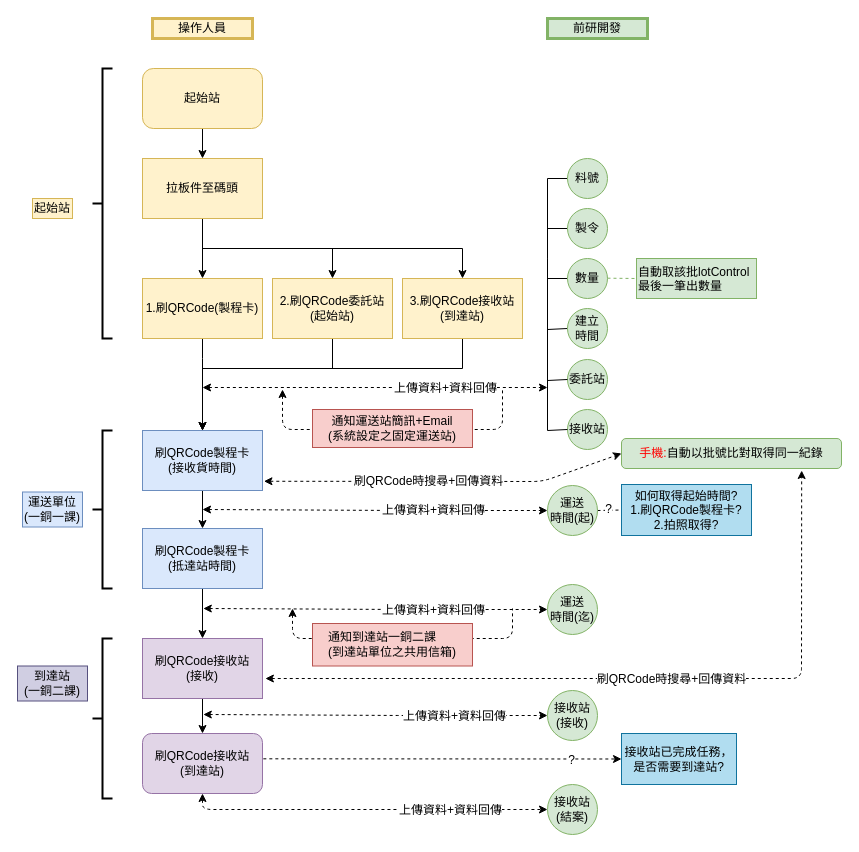
The draw.io diagram Untitled Diagram.drawio in tinalolo/drowio, before the edit. Source tidied: cells renumbered, new cells numbered last; positions are measured from the earlier drawing's top-left corner, leaving out a move shared by most shapes. Both pictures are drawn from the tidied source at 100%, with x=0, y=0 at pixel (17, 18).
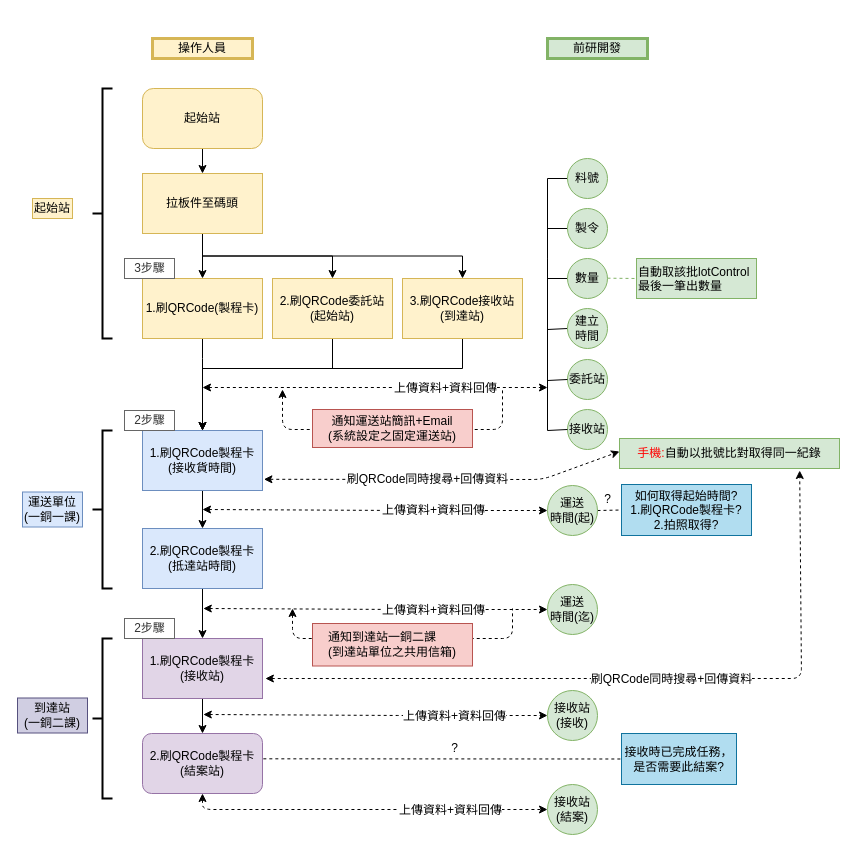
The same diagram, later.

The change refers to these unchanged cells:
```xml
<mxCell id="26" style="endArrow=none;dashed=1;html=1;exitX=1;exitY=0.5;exitDx=0;exitDy=0;entryX=0;entryY=0.5;entryDx=0;entryDy=0;" parent="1" edge="1" source="55" target="58">
  <mxGeometry relative="1" as="geometry" />
</mxCell>
<mxCell id="71" style="endArrow=classic;dashed=1;html=1;exitX=1.024;exitY=0.667;exitDx=0;exitDy=0;entryX=0.819;entryY=1.067;entryDx=0;entryDy=0;entryPerimeter=0;exitPerimeter=0;startArrow=classic;startFill=1;endFill=1;" parent="1" edge="1" source="22" target="43">
  <mxGeometry relative="1" as="geometry">
    <Array as="points">
      <mxPoint x="784" y="660" />
    </Array>
  </mxGeometry>
</mxCell>
```

The edit, as a diff of the source:
```diff
@@
     <mxCell id="3" value="起始站" style="rounded=1;whiteSpace=wrap;html=1;fillColor=#fff2cc;strokeColor=#d6b656;arcSize=18;" parent="1" vertex="1">
-      <mxGeometry x="125" y="50" width="120" height="60" as="geometry" />
+      <mxGeometry x="125" y="70" width="120" height="60" as="geometry" />
     </mxCell>
@@
     <mxCell id="7" value="拉板件至碼頭" style="rounded=0;whiteSpace=wrap;html=1;fillColor=#fff2cc;strokeColor=#d6b656;shadow=0;" parent="1" vertex="1">
-      <mxGeometry x="125" y="140" width="120" height="60" as="geometry" />
+      <mxGeometry x="125" y="155" width="120" height="60" as="geometry" />
     </mxCell>
     <mxCell id="8" value="操作人員" style="text;html=1;strokeColor=#d6b656;fillColor=#fff2cc;align=center;verticalAlign=middle;whiteSpace=wrap;rounded=0;strokeWidth=3;" parent="1" vertex="1">
-      <mxGeometry x="135" width="100" height="20" as="geometry" />
+      <mxGeometry x="135" y="20" width="100" height="20" as="geometry" />
     </mxCell>
     <mxCell id="9" value="前研開發" style="text;html=1;strokeColor=#82b366;fillColor=#d5e8d4;align=center;verticalAlign=middle;whiteSpace=wrap;rounded=0;strokeWidth=3;" parent="1" vertex="1">
-      <mxGeometry x="530" width="100" height="20" as="geometry" />
+      <mxGeometry x="530" y="20" width="100" height="20" as="geometry" />
     </mxCell>
     <mxCell id="10" style="strokeWidth=2;html=1;shape=mxgraph.flowchart.annotation_2;align=left;labelPosition=right;" parent="1" vertex="1">
-      <mxGeometry x="75" y="50" width="20" height="270" as="geometry" />
+      <mxGeometry x="75" y="70" width="20" height="250" as="geometry" />
     </mxCell>
@@
-    <mxCell id="18" value="刷QRCode製程卡&lt;br&gt;(抵達站時間)" style="rounded=0;whiteSpace=wrap;html=1;fillColor=#dae8fc;strokeColor=#6c8ebf;" parent="1" vertex="1">
+    <mxCell id="18" value="2.刷QRCode製程卡&lt;br&gt;(抵達站時間)" style="rounded=0;whiteSpace=wrap;html=1;fillColor=#dae8fc;strokeColor=#6c8ebf;" parent="1" vertex="1">
       <mxGeometry x="125" y="510" width="120" height="60" as="geometry" />
     </mxCell>
@@
-    <mxCell id="22" value="刷QRCode接收站&lt;br&gt;(接收)" style="rounded=0;whiteSpace=wrap;html=1;fillColor=#e1d5e7;strokeColor=#9673a6;" parent="1" vertex="1">
+    <mxCell id="22" value="1.刷QRCode製程卡&lt;br&gt;(接收站)" style="rounded=0;whiteSpace=wrap;html=1;fillColor=#e1d5e7;strokeColor=#9673a6;" parent="1" vertex="1">
       <mxGeometry x="125" y="620" width="120" height="60" as="geometry" />
     </mxCell>
@@
-    <mxCell id="24" value="刷QRCode接收站&lt;br&gt;(到達站)" style="rounded=1;whiteSpace=wrap;html=1;fillColor=#e1d5e7;strokeColor=#9673a6;glass=0;shadow=0;comic=0;arcSize=15;strokeWidth=1;" parent="1" vertex="1">
+    <mxCell id="24" value="2.刷QRCode製程卡&lt;br&gt;(結案站)" style="rounded=1;whiteSpace=wrap;html=1;fillColor=#e1d5e7;strokeColor=#9673a6;glass=0;shadow=0;comic=0;arcSize=15;strokeWidth=1;" parent="1" vertex="1">
       <mxGeometry x="125" y="715" width="120" height="60" as="geometry" />
     </mxCell>
     <mxCell id="25" value="到達站&lt;br&gt;(一銅二課)" style="text;html=1;strokeColor=#56517e;fillColor=#d0cee2;align=center;verticalAlign=middle;whiteSpace=wrap;rounded=0;" parent="1" vertex="1">
-      <mxGeometry y="647.5" width="70" height="35" as="geometry" />
+      <mxGeometry y="679.5" width="70" height="35" as="geometry" />
     </mxCell>
@@
     <mxCell id="27" value="?" style="text;html=1;align=center;verticalAlign=middle;labelBackgroundColor=#ffffff;" parent="26" vertex="1">
       <mxGeometry x="0.37" y="2" relative="1" as="geometry">
-        <mxPoint x="-5.2" y="1" as="offset" />
+        <mxPoint x="-6.5" y="-8.7" as="offset" />
       </mxGeometry>
     </mxCell>
@@
-    <mxCell id="43" value="&lt;font color=&quot;#ff0000&quot;&gt;手機:&lt;/font&gt;&lt;span style=&quot;text-align: left ; white-space: nowrap&quot;&gt;自動以批號比對取得同一紀錄&lt;/span&gt;" style="rounded=1;whiteSpace=wrap;html=1;shadow=0;glass=0;comic=0;fillColor=#d5e8d4;strokeColor=#82b366;" parent="1" vertex="1">
-      <mxGeometry x="604" y="420" width="220" height="30" as="geometry" />
+    <mxCell id="43" value="&lt;font color=&quot;#ff0000&quot;&gt;手機:&lt;/font&gt;&lt;span style=&quot;text-align: left ; white-space: nowrap&quot;&gt;自動以批號比對取得同一紀錄&lt;/span&gt;" style="rounded=0;whiteSpace=wrap;html=1;shadow=0;glass=0;comic=0;fillColor=#d5e8d4;strokeColor=#82b366;" parent="1" vertex="1">
+      <mxGeometry x="602" y="420" width="220" height="30" as="geometry" />
     </mxCell>
@@
-    <mxCell id="48" value="刷QRCode製程卡&lt;br&gt;(接收貨時間)" style="rounded=0;whiteSpace=wrap;html=1;fillColor=#dae8fc;strokeColor=#6c8ebf;" parent="1" vertex="1">
+    <mxCell id="48" value="1.刷QRCode製程卡&lt;br&gt;(接收貨時間)" style="rounded=0;whiteSpace=wrap;html=1;fillColor=#dae8fc;strokeColor=#6c8ebf;" parent="1" vertex="1">
       <mxGeometry x="125" y="412" width="120" height="60" as="geometry" />
     </mxCell>
@@
-    <mxCell id="59" style="endArrow=classic;dashed=1;html=1;entryX=0;entryY=0.5;entryDx=0;entryDy=0;exitX=1.012;exitY=0.846;exitDx=0;exitDy=0;exitPerimeter=0;startArrow=classic;startFill=1;endFill=1;" parent="1" edge="1" source="48" target="43">
+    <mxCell id="59" style="endArrow=classic;dashed=1;html=1;entryX=0;entryY=0.5;entryDx=0;entryDy=0;exitX=1.012;exitY=0.846;exitDx=0;exitDy=0;exitPerimeter=0;startArrow=classic;startFill=1;endFill=1;" parent="1" edge="1">
       <mxGeometry relative="1" as="geometry">
+        <mxPoint x="246.4" y="460.8" as="sourcePoint" />
+        <mxPoint x="602" y="433" as="targetPoint" />
         <Array as="points">
-          <mxPoint x="525" y="463" />
+          <mxPoint x="525" y="461" />
         </Array>
       </mxGeometry>
     </mxCell>
-    <mxCell id="60" value="刷QRCode時搜尋+回傳資料" style="text;html=1;align=center;verticalAlign=middle;labelBackgroundColor=#ffffff;" parent="59" vertex="1">
+    <mxCell id="60" value="刷QRCode同時搜尋+回傳資料" style="text;html=1;align=center;verticalAlign=middle;labelBackgroundColor=#ffffff;" parent="59" vertex="1">
       <mxGeometry x="0.36" y="1" relative="1" as="geometry">
         <mxPoint x="-82" y="1" as="offset" />
       </mxGeometry>
     </mxCell>
@@
-    <mxCell id="66" value="接收站已完成任務，是否需要到達站?" style="rounded=0;whiteSpace=wrap;html=1;fillColor=#b1ddf0;strokeColor=#10739e;" parent="1" vertex="1">
+    <mxCell id="66" value="接收時已完成任務，是否需要此結案?" style="rounded=0;whiteSpace=wrap;html=1;fillColor=#b1ddf0;strokeColor=#10739e;" parent="1" vertex="1">
       <mxGeometry x="604" y="715" width="115" height="51" as="geometry" />
     </mxCell>
@@
-    <mxCell id="69" style="endArrow=classic;dashed=1;html=1;entryX=0;entryY=0.5;entryDx=0;entryDy=0;exitX=1.007;exitY=0.422;exitDx=0;exitDy=0;exitPerimeter=0;endFill=1;" parent="1" edge="1" source="24" target="66">
+    <mxCell id="69" style="endArrow=none;dashed=1;html=1;entryX=0;entryY=0.5;entryDx=0;entryDy=0;exitX=1.007;exitY=0.422;exitDx=0;exitDy=0;exitPerimeter=0;endFill=0;" parent="1" edge="1" source="24" target="66">
       <mxGeometry relative="1" as="geometry" />
     </mxCell>
     <mxCell id="70" value="?" style="text;html=1;align=center;verticalAlign=middle;labelBackgroundColor=#ffffff;" parent="69" vertex="1">
-      <mxGeometry x="0.72" y="-1" relative="1" as="geometry" />
+      <mxGeometry x="0.72" y="-1" relative="1" as="geometry">
+        <mxPoint x="-117.1" y="-11.5" as="offset" />
+      </mxGeometry>
     </mxCell>
@@
-    <mxCell id="72" value="刷QRCode時搜尋+回傳資料" style="text;html=1;align=center;verticalAlign=middle;labelBackgroundColor=#ffffff;" parent="71" vertex="1">
+    <mxCell id="72" value="刷QRCode同時搜尋+回傳資料" style="text;html=1;align=center;verticalAlign=middle;labelBackgroundColor=#ffffff;" parent="71" vertex="1">
       <mxGeometry x="0.06" y="-1" relative="1" as="geometry">
         <mxPoint x="11.3" y="-1" as="offset" />
       </mxGeometry>
     </mxCell>
+    <mxCell id="73" value="3步驟" style="text;html=1;align=center;verticalAlign=middle;horizontal=1;fillColor=#FFFFFF;strokeColor=#666666;fontColor=#333333;" parent="1" vertex="1">
+      <mxGeometry x="107" y="240" width="50" height="20" as="geometry" />
+    </mxCell>
+    <mxCell id="74" value="2步驟" style="text;html=1;align=center;verticalAlign=middle;horizontal=1;fillColor=#FFFFFF;strokeColor=#666666;fontColor=#333333;" parent="1" vertex="1">
+      <mxGeometry x="107" y="392" width="50" height="20" as="geometry" />
+    </mxCell>
+    <mxCell id="75" value="2步驟" style="text;html=1;align=center;verticalAlign=middle;horizontal=1;fillColor=#FFFFFF;strokeColor=#666666;fontColor=#333333;" parent="1" vertex="1">
+      <mxGeometry x="107" y="600" width="50" height="20" as="geometry" />
+    </mxCell>
```
